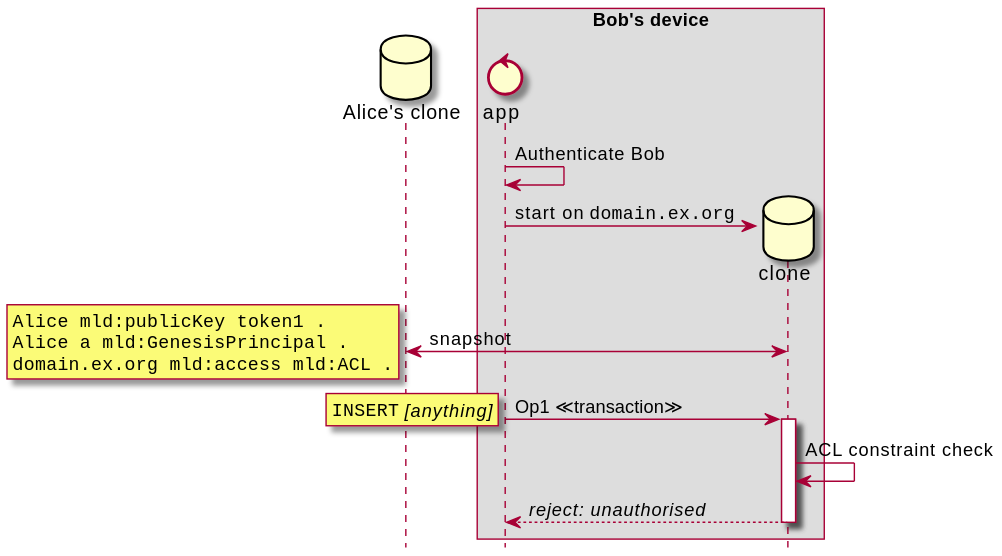
The PlantUML diagram design/img/2-new-clone-bob-noaccess.seq.svg in m-ld/m-ld-security-spec, before a commit.
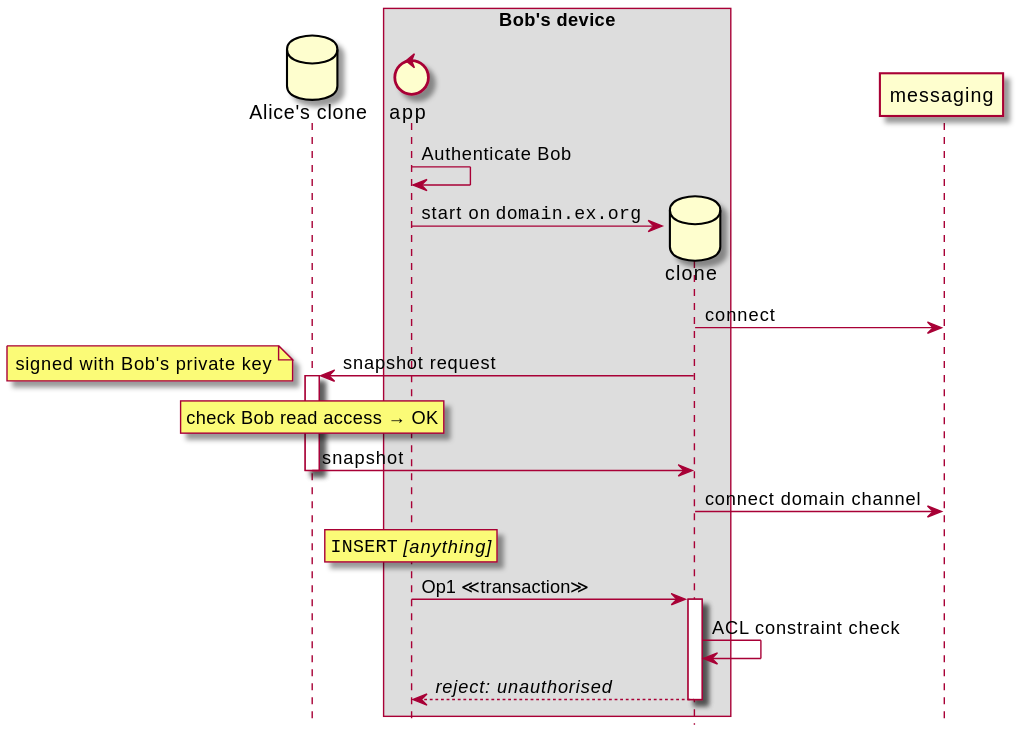
The same diagram one commit later.

What changed in the source:
```diff
@@ -10,16 +10,19 @@
 proc2 -> proc2: Authenticate Bob
 proc2 -> clone2 **: start on ""domain.ex.org""
 
-clone2 <-> genesis: snapshot
-rnote left
-<code>
-Alice mld:publicKey token1 .
-Alice a mld:GenesisPrincipal .
-domain.ex.org mld:access mld:ACL .
+clone2 -> messaging : connect
+clone2 -> genesis ++: snapshot request
+note left
+signed with Bob's private key
 end note
+rnote over genesis
+check Bob read access → OK
+end note
+genesis -> clone2 --: snapshot
+clone2 -> messaging : connect domain channel
 
+rnote over proc2: ""INSERT"" //[anything]//
 proc2 -> clone2 ++: Op1 ≪transaction≫
-rnote left: ""INSERT"" //[anything]//
 
 clone2 -> clone2: ACL constraint check
 
```
